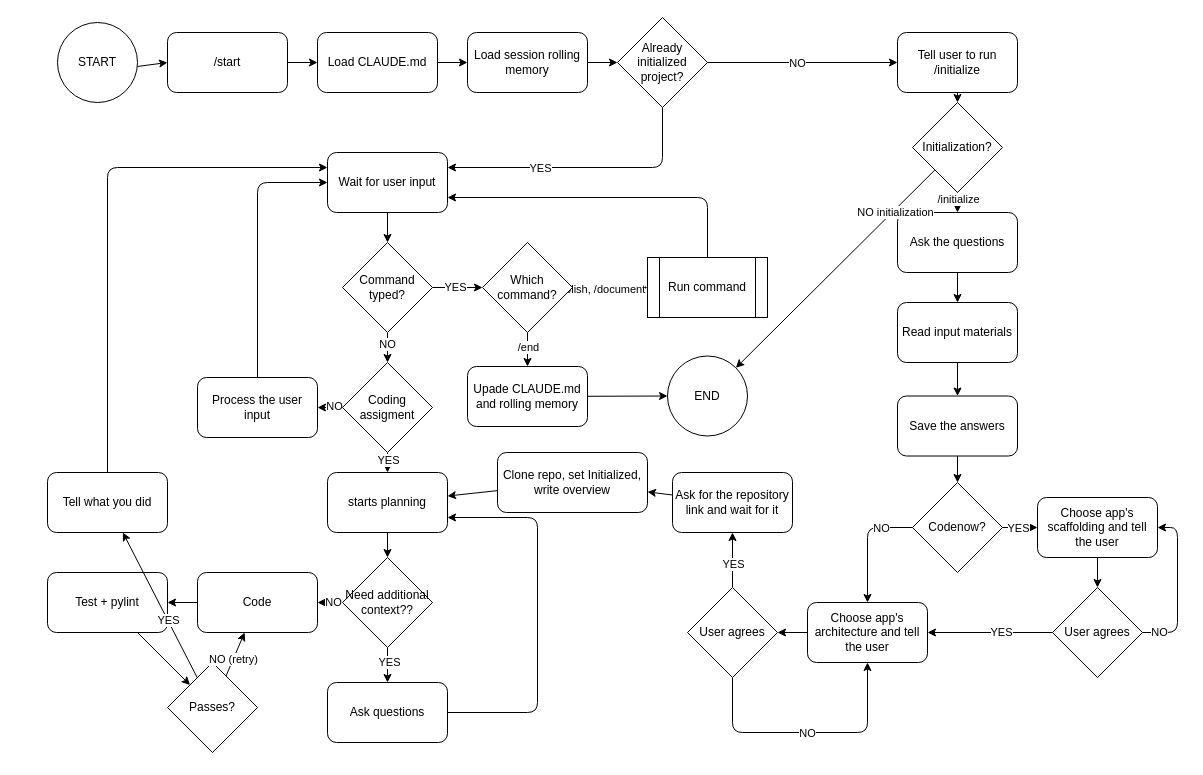
The draw.io diagram agentic_workflow.drawio in mkik12/claude-code-project-setup, before the edit. Source tidied: cells renumbered, new cells numbered last; positions are measured from the earlier drawing's top-left corner, leaving out a move shared by most shapes. Both pictures are drawn from the tidied source at 100%, with x=0, y=0 at pixel (47, 17).
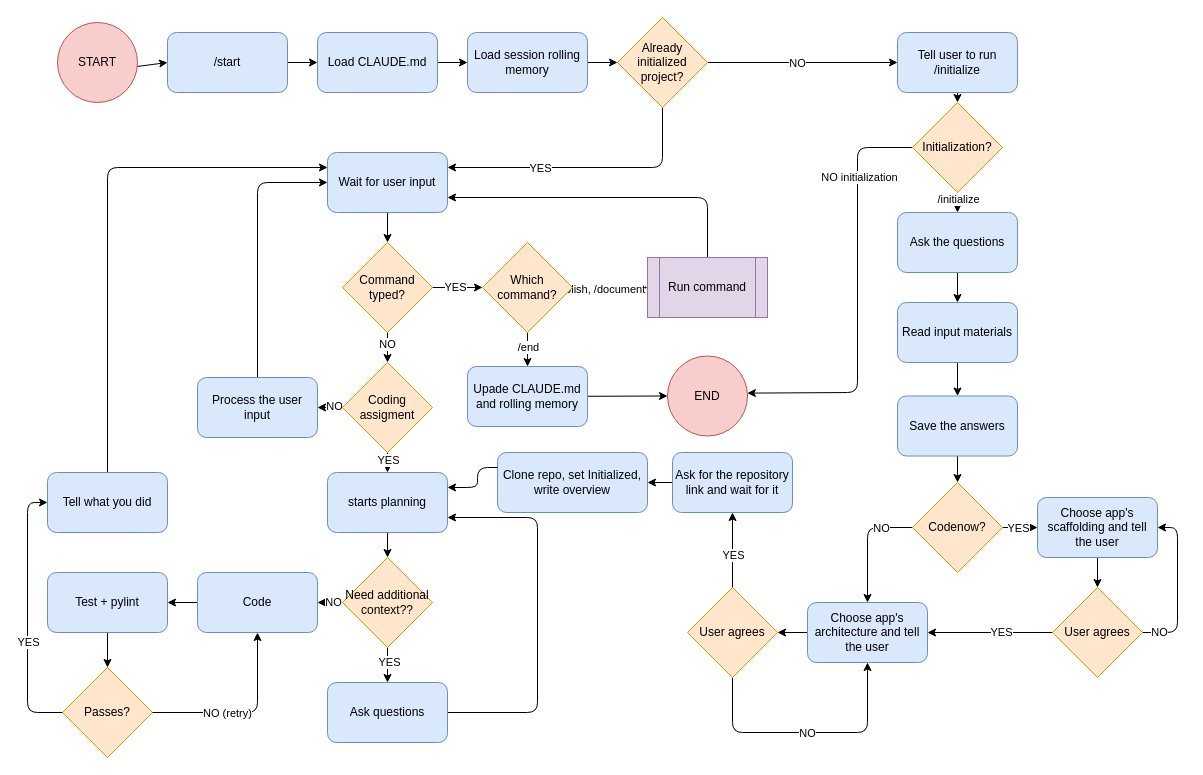
After the change.

Commit message:
Colored flowchart.

What changed in the source:
```diff
@@
-<mxGraphModel>
+<mxGraphModel background="#ffffff">
@@
-    <mxCell id="3" value="/start" style="rounded=1;whiteSpace=wrap;html=1;" parent="1" vertex="1">
+    <mxCell id="3" value="/start" style="rounded=1;whiteSpace=wrap;html=1;fillColor=#dae8fc;strokeColor=#6c8ebf;" parent="1" vertex="1">
       <mxGeometry x="120" y="15" width="120" height="60" as="geometry" />
     </mxCell>
@@
-    <mxCell id="5" value="START" style="ellipse;whiteSpace=wrap;html=1;" parent="1" vertex="1">
+    <mxCell id="5" value="START" style="ellipse;whiteSpace=wrap;html=1;fillColor=#f8cecc;strokeColor=#b85450;" parent="1" vertex="1">
       <mxGeometry x="10" y="5" width="80" height="80" as="geometry" />
     </mxCell>
@@
-    <mxCell id="7" value="Load CLAUDE.md" style="rounded=1;whiteSpace=wrap;html=1;" parent="1" vertex="1">
+    <mxCell id="7" value="Load CLAUDE.md" style="rounded=1;whiteSpace=wrap;html=1;fillColor=#dae8fc;strokeColor=#6c8ebf;" parent="1" vertex="1">
       <mxGeometry x="270" y="15" width="120" height="60" as="geometry" />
     </mxCell>
@@
-    <mxCell id="9" value="Load session rolling memory" style="rounded=1;whiteSpace=wrap;html=1;" parent="1" vertex="1">
+    <mxCell id="9" value="Load session rolling memory" style="rounded=1;whiteSpace=wrap;html=1;fillColor=#dae8fc;strokeColor=#6c8ebf;" parent="1" vertex="1">
       <mxGeometry x="420" y="15" width="120" height="60" as="geometry" />
     </mxCell>
@@
-    <mxCell id="14" value="Already initialized project?" style="rhombus;whiteSpace=wrap;html=1;" parent="1" vertex="1">
+    <mxCell id="14" value="Already initialized project?" style="rhombus;whiteSpace=wrap;html=1;fillColor=#ffe6cc;strokeColor=#d79b00;" parent="1" vertex="1">
       <mxGeometry x="570" width="90" height="90" as="geometry" />
     </mxCell>
@@
-    <mxCell id="16" value="Tell user to run /initialize" style="rounded=1;whiteSpace=wrap;html=1;" parent="1" vertex="1">
+    <mxCell id="16" value="Tell user to run /initialize" style="rounded=1;whiteSpace=wrap;html=1;fillColor=#dae8fc;strokeColor=#6c8ebf;" parent="1" vertex="1">
       <mxGeometry x="850" y="15" width="120" height="60" as="geometry" />
     </mxCell>
@@
-    <mxCell id="18" value="Wait for user input" style="rounded=1;whiteSpace=wrap;html=1;" parent="1" vertex="1">
+    <mxCell id="18" value="Wait for user input" style="rounded=1;whiteSpace=wrap;html=1;fillColor=#dae8fc;strokeColor=#6c8ebf;" parent="1" vertex="1">
       <mxGeometry x="280" y="135" width="120" height="60" as="geometry" />
     </mxCell>
@@
-    <mxCell id="20" value="Ask the questions" style="rounded=1;whiteSpace=wrap;html=1;" parent="1" vertex="1">
+    <mxCell id="20" value="Ask the questions" style="rounded=1;whiteSpace=wrap;html=1;fillColor=#dae8fc;strokeColor=#6c8ebf;" parent="1" vertex="1">
       <mxGeometry x="850" y="195" width="120" height="60" as="geometry" />
     </mxCell>
@@
-    <mxCell id="22" value="Save the answers" style="rounded=1;whiteSpace=wrap;html=1;" parent="1" vertex="1">
+    <mxCell id="22" value="Save the answers" style="rounded=1;whiteSpace=wrap;html=1;fillColor=#dae8fc;strokeColor=#6c8ebf;" parent="1" vertex="1">
       <mxGeometry x="850" y="378.5" width="120" height="60" as="geometry" />
     </mxCell>
@@
-    <mxCell id="24" value="Read input materials" style="rounded=1;whiteSpace=wrap;html=1;" parent="1" vertex="1">
+    <mxCell id="24" value="Read input materials" style="rounded=1;whiteSpace=wrap;html=1;fillColor=#dae8fc;strokeColor=#6c8ebf;" parent="1" vertex="1">
       <mxGeometry x="850" y="285" width="120" height="60" as="geometry" />
     </mxCell>
@@
-    <mxCell id="26" value="Choose app's scaffolding and tell the user" style="rounded=1;whiteSpace=wrap;html=1;" parent="1" vertex="1">
+    <mxCell id="26" value="Choose app's scaffolding and tell the user" style="rounded=1;whiteSpace=wrap;html=1;fillColor=#dae8fc;strokeColor=#6c8ebf;" parent="1" vertex="1">
       <mxGeometry x="990" y="480" width="120" height="60" as="geometry" />
     </mxCell>
@@
-    <mxCell id="31" value="User agrees" style="rhombus;whiteSpace=wrap;html=1;" parent="1" vertex="1">
+    <mxCell id="31" value="User agrees" style="rhombus;whiteSpace=wrap;html=1;fillColor=#ffe6cc;strokeColor=#d79b00;" parent="1" vertex="1">
       <mxGeometry x="1005" y="570" width="90" height="90" as="geometry" />
     </mxCell>
@@
-    <mxCell id="33" value="Ask for the repository link and wait for it" style="rounded=1;whiteSpace=wrap;html=1;" parent="1" vertex="1">
-      <mxGeometry x="625" y="455" width="120" height="60" as="geometry" />
+    <mxCell id="33" value="Ask for the repository link and wait for it" style="rounded=1;whiteSpace=wrap;html=1;fillColor=#dae8fc;strokeColor=#6c8ebf;" parent="1" vertex="1">
+      <mxGeometry x="625" y="435" width="120" height="60" as="geometry" />
     </mxCell>
@@
-    <mxCell id="35" value="Choose app's architecture and tell the user" style="rounded=1;whiteSpace=wrap;html=1;" parent="1" vertex="1">
+    <mxCell id="35" value="Choose app's architecture and tell the user" style="rounded=1;whiteSpace=wrap;html=1;fillColor=#dae8fc;strokeColor=#6c8ebf;" parent="1" vertex="1">
       <mxGeometry x="760" y="585" width="120" height="60" as="geometry" />
     </mxCell>
@@
-    <mxCell id="40" value="Codenow?" style="rhombus;whiteSpace=wrap;html=1;" parent="1" vertex="1">
+    <mxCell id="40" value="Codenow?" style="rhombus;whiteSpace=wrap;html=1;fillColor=#ffe6cc;strokeColor=#d79b00;" parent="1" vertex="1">
       <mxGeometry x="865" y="465" width="90" height="90" as="geometry" />
     </mxCell>
@@
-    <mxCell id="45" value="User agrees" style="rhombus;whiteSpace=wrap;html=1;" parent="1" vertex="1">
+    <mxCell id="45" value="User agrees" style="rhombus;whiteSpace=wrap;html=1;fillColor=#ffe6cc;strokeColor=#d79b00;" parent="1" vertex="1">
       <mxGeometry x="640" y="570" width="90" height="90" as="geometry" />
     </mxCell>
@@
-    <mxCell id="50" value="Command typed?" style="rhombus;whiteSpace=wrap;html=1;" parent="1" vertex="1">
+    <mxCell id="50" value="Command typed?" style="rhombus;whiteSpace=wrap;html=1;fillColor=#ffe6cc;strokeColor=#d79b00;" parent="1" vertex="1">
       <mxGeometry x="295" y="225" width="90" height="90" as="geometry" />
     </mxCell>
@@
-    <mxCell id="55" value="Coding assigment" style="rhombus;whiteSpace=wrap;html=1;" parent="1" vertex="1">
+    <mxCell id="55" value="Coding assigment" style="rhombus;whiteSpace=wrap;html=1;fillColor=#ffe6cc;strokeColor=#d79b00;" parent="1" vertex="1">
       <mxGeometry x="295" y="345" width="90" height="90" as="geometry" />
     </mxCell>
@@
-    <mxCell id="60" value="Need additional context??" style="rhombus;whiteSpace=wrap;html=1;" parent="1" vertex="1">
+    <mxCell id="60" value="Need additional context??" style="rhombus;whiteSpace=wrap;html=1;fillColor=#ffe6cc;strokeColor=#d79b00;" parent="1" vertex="1">
       <mxGeometry x="295" y="540" width="90" height="90" as="geometry" />
     </mxCell>
@@
-    <mxCell id="62" value="starts planning" style="rounded=1;whiteSpace=wrap;html=1;" parent="1" vertex="1">
+    <mxCell id="62" value="starts planning" style="rounded=1;whiteSpace=wrap;html=1;fillColor=#dae8fc;strokeColor=#6c8ebf;" parent="1" vertex="1">
       <mxGeometry x="280" y="455" width="120" height="60" as="geometry" />
     </mxCell>
@@
-    <mxCell id="64" value="Ask questions" style="rounded=1;whiteSpace=wrap;html=1;" parent="1" vertex="1">
+    <mxCell id="64" value="Ask questions" style="rounded=1;whiteSpace=wrap;html=1;fillColor=#dae8fc;strokeColor=#6c8ebf;" parent="1" vertex="1">
       <mxGeometry x="280" y="665" width="120" height="60" as="geometry" />
     </mxCell>
@@
-    <mxCell id="69" value="Which command?" style="rhombus;whiteSpace=wrap;html=1;" parent="1" vertex="1">
+    <mxCell id="69" value="Which command?" style="rhombus;whiteSpace=wrap;html=1;fillColor=#ffe6cc;strokeColor=#d79b00;" parent="1" vertex="1">
       <mxGeometry x="435" y="225" width="90" height="90" as="geometry" />
     </mxCell>
@@
-    <mxCell id="71" value="Upade CLAUDE.md and rolling memory" style="rounded=1;whiteSpace=wrap;html=1;" parent="1" vertex="1">
+    <mxCell id="71" value="Upade CLAUDE.md and rolling memory" style="rounded=1;whiteSpace=wrap;html=1;fillColor=#dae8fc;strokeColor=#6c8ebf;" parent="1" vertex="1">
       <mxGeometry x="420" y="349" width="120" height="60" as="geometry" />
     </mxCell>
-    <mxCell id="72" value="END" style="ellipse;whiteSpace=wrap;html=1;" parent="1" vertex="1">
+    <mxCell id="72" value="END" style="ellipse;whiteSpace=wrap;html=1;fillColor=#f8cecc;strokeColor=#b85450;" parent="1" vertex="1">
       <mxGeometry x="620" y="338.5" width="80" height="80" as="geometry" />
     </mxCell>
@@
-    <mxCell id="74" value="Run command" style="shape=process;whiteSpace=wrap;html=1;backgroundOutline=1;" parent="1" vertex="1">
+    <mxCell id="74" value="Run command" style="shape=process;whiteSpace=wrap;html=1;backgroundOutline=1;fillColor=#e1d5e7;strokeColor=#9673a6;" parent="1" vertex="1">
       <mxGeometry x="600" y="240" width="120" height="60" as="geometry" />
     </mxCell>
@@
-    <mxCell id="76" value="Process the user input" style="rounded=1;whiteSpace=wrap;html=1;" parent="1" vertex="1">
+    <mxCell id="76" value="Process the user input" style="rounded=1;whiteSpace=wrap;html=1;fillColor=#dae8fc;strokeColor=#6c8ebf;" parent="1" vertex="1">
       <mxGeometry x="150" y="360" width="120" height="60" as="geometry" />
     </mxCell>
@@
-    <mxCell id="78" value="Code" style="rounded=1;whiteSpace=wrap;html=1;" parent="1" vertex="1">
+    <mxCell id="78" value="Code" style="rounded=1;whiteSpace=wrap;html=1;fillColor=#dae8fc;strokeColor=#6c8ebf;" parent="1" vertex="1">
       <mxGeometry x="150" y="555" width="120" height="60" as="geometry" />
     </mxCell>
@@
-    <mxCell id="80" value="Test + pylint" style="rounded=1;whiteSpace=wrap;html=1;" parent="1" vertex="1">
+    <mxCell id="80" value="Test + pylint" style="rounded=1;whiteSpace=wrap;html=1;fillColor=#dae8fc;strokeColor=#6c8ebf;" parent="1" vertex="1">
       <mxGeometry y="555" width="120" height="60" as="geometry" />
     </mxCell>
@@
-    <mxCell id="82" value="Tell what you did" style="rounded=1;whiteSpace=wrap;html=1;" parent="1" vertex="1">
+    <mxCell id="82" value="Tell what you did" style="rounded=1;whiteSpace=wrap;html=1;fillColor=#dae8fc;strokeColor=#6c8ebf;" parent="1" vertex="1">
       <mxGeometry y="455" width="120" height="60" as="geometry" />
     </mxCell>
@@
-    <mxCell id="85" style="edgeStyle=none;html=1;" parent="1" edge="1" source="87" target="72">
-      <mxGeometry relative="1" as="geometry" />
+    <mxCell id="85" style="edgeStyle=none;html=1;exitX=0;exitY=0.5;exitDx=0;exitDy=0;entryX=0.998;entryY=0.464;entryDx=0;entryDy=0;entryPerimeter=0;" parent="1" edge="1" source="87" target="72">
+      <mxGeometry relative="1" as="geometry">
+        <Array as="points">
+          <mxPoint x="810" y="130" />
+          <mxPoint x="810" y="375" />
+        </Array>
+      </mxGeometry>
     </mxCell>
@@
-    <mxCell id="87" value="Initialization?" style="rhombus;whiteSpace=wrap;html=1;" parent="1" vertex="1">
+    <mxCell id="87" value="Initialization?" style="rhombus;whiteSpace=wrap;html=1;fillColor=#ffe6cc;strokeColor=#d79b00;" parent="1" vertex="1">
       <mxGeometry x="865" y="85" width="90" height="90" as="geometry" />
     </mxCell>
-    <mxCell id="88" value="Clone repo, set Initialized, write overview" style="rounded=1;whiteSpace=wrap;html=1;" parent="1" vertex="1">
+    <mxCell id="88" value="Clone repo, set Initialized, write overview" style="rounded=1;whiteSpace=wrap;html=1;fillColor=#dae8fc;strokeColor=#6c8ebf;" parent="1" vertex="1">
       <mxGeometry x="450" y="435" width="150" height="60" as="geometry" />
     </mxCell>
-    <mxCell id="89" style="edgeStyle=none;html=1;" parent="1" edge="1" source="88" target="62">
-      <mxGeometry relative="1" as="geometry" />
+    <mxCell id="89" style="edgeStyle=none;html=1;exitX=0;exitY=0.25;exitDx=0;exitDy=0;entryX=1;entryY=0.25;entryDx=0;entryDy=0;" parent="1" edge="1" source="88" target="62">
+      <mxGeometry relative="1" as="geometry">
+        <Array as="points">
+          <mxPoint x="430" y="450" />
+          <mxPoint x="430" y="470" />
+        </Array>
+      </mxGeometry>
     </mxCell>
-    <mxCell id="90" value="Passes?" style="rhombus;whiteSpace=wrap;html=1;" parent="1" vertex="1">
-      <mxGeometry x="120" y="645" width="90" height="90" as="geometry" />
+    <mxCell id="90" value="Passes?" style="rhombus;whiteSpace=wrap;html=1;fillColor=#ffe6cc;strokeColor=#d79b00;" parent="1" vertex="1">
+      <mxGeometry x="15" y="650" width="90" height="90" as="geometry" />
     </mxCell>
     <mxCell id="91" style="edgeStyle=none;html=1;" parent="1" edge="1" source="90" target="82">
-      <mxGeometry relative="1" as="geometry" />
+      <mxGeometry relative="1" as="geometry">
+        <Array as="points">
+          <mxPoint x="-20" y="695" />
+          <mxPoint x="-20" y="485" />
+        </Array>
+      </mxGeometry>
     </mxCell>
@@
     <mxCell id="93" style="edgeStyle=none;html=1;" parent="1" edge="1" source="90" target="78">
-      <mxGeometry relative="1" as="geometry" />
+      <mxGeometry relative="1" as="geometry">
+        <Array as="points">
+          <mxPoint x="210" y="695" />
+        </Array>
+      </mxGeometry>
     </mxCell>
```
